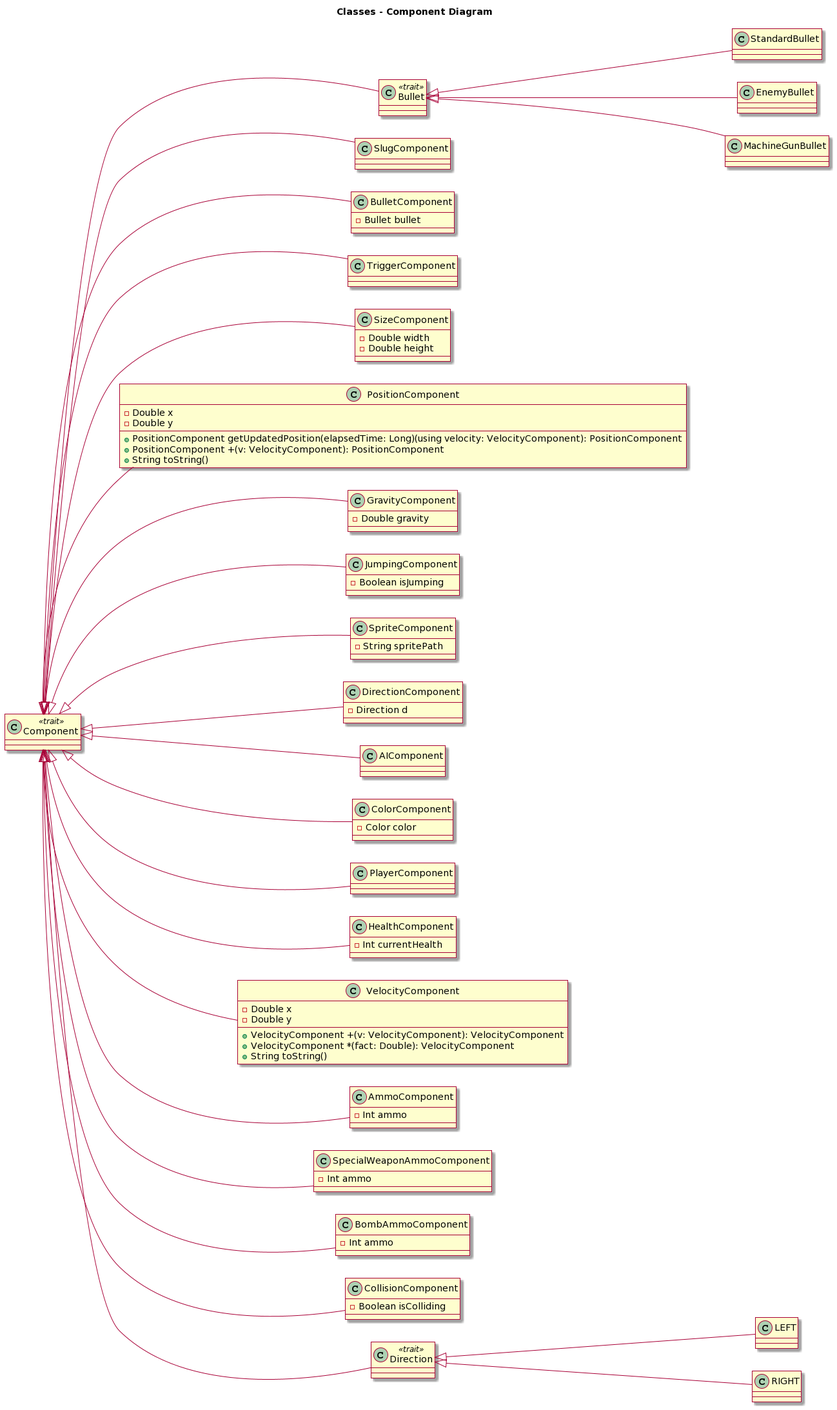
Above: docs/img/Componenti.png in MarzoliLeo/PPS-22-MetalScala3 (PlantUML), before the change. Its diagram source:
```plantuml
@startuml
skin rose

title Classes - Component Diagram

class Bullet <<trait>>
class StandardBullet
class EnemyBullet
class MachineGunBullet

class Component <<trait>>
class SlugComponent
class BulletComponent {
  -Bullet bullet
}
class TriggerComponent
class SizeComponent {
  -Double width
  -Double height
}
class PositionComponent {
  -Double x
  -Double y
  +PositionComponent getUpdatedPosition(elapsedTime: Long)(using velocity: VelocityComponent): PositionComponent
  +PositionComponent +(v: VelocityComponent): PositionComponent
  +String toString()
}
class GravityComponent {
  -Double gravity
}
class JumpingComponent {
  -Boolean isJumping
}
class SpriteComponent {
  -String spritePath
}
class DirectionComponent {
  -Direction d
}
class AIComponent
class ColorComponent {
  -Color color
}
class PlayerComponent
class HealthComponent {
  -Int currentHealth
}
class VelocityComponent {
  -Double x
  -Double y
  +VelocityComponent +(v: VelocityComponent): VelocityComponent
  +VelocityComponent *(fact: Double): VelocityComponent
  +String toString()
}
class AmmoComponent {
  -Int ammo
}
class SpecialWeaponAmmoComponent {
  -Int ammo
}
class BombAmmoComponent {
  -Int ammo
}
class CollisionComponent {
  -Boolean isColliding
}
class Direction <<trait>>
class LEFT
class RIGHT

left to right direction
Bullet <|-- StandardBullet
Bullet <|-- EnemyBullet
Bullet <|-- MachineGunBullet

Component <|-- SlugComponent
Component <|-- BulletComponent
Component <|-- TriggerComponent
Component <|-- SizeComponent
Component <|-- PositionComponent
Component <|-- GravityComponent
Component <|-- JumpingComponent
Component <|-- SpriteComponent
Component <|-- DirectionComponent
Component <|-- AIComponent
Component <|-- ColorComponent
Component <|-- PlayerComponent
Component <|-- HealthComponent
Component <|-- VelocityComponent
Component <|-- AmmoComponent

Component <|-- SpecialWeaponAmmoComponent
Component <|-- BombAmmoComponent
Component <|-- CollisionComponent
Component <|-- Bullet
Component <|-- Direction

Direction <|-- LEFT
Direction <|-- RIGHT
@enduml
```
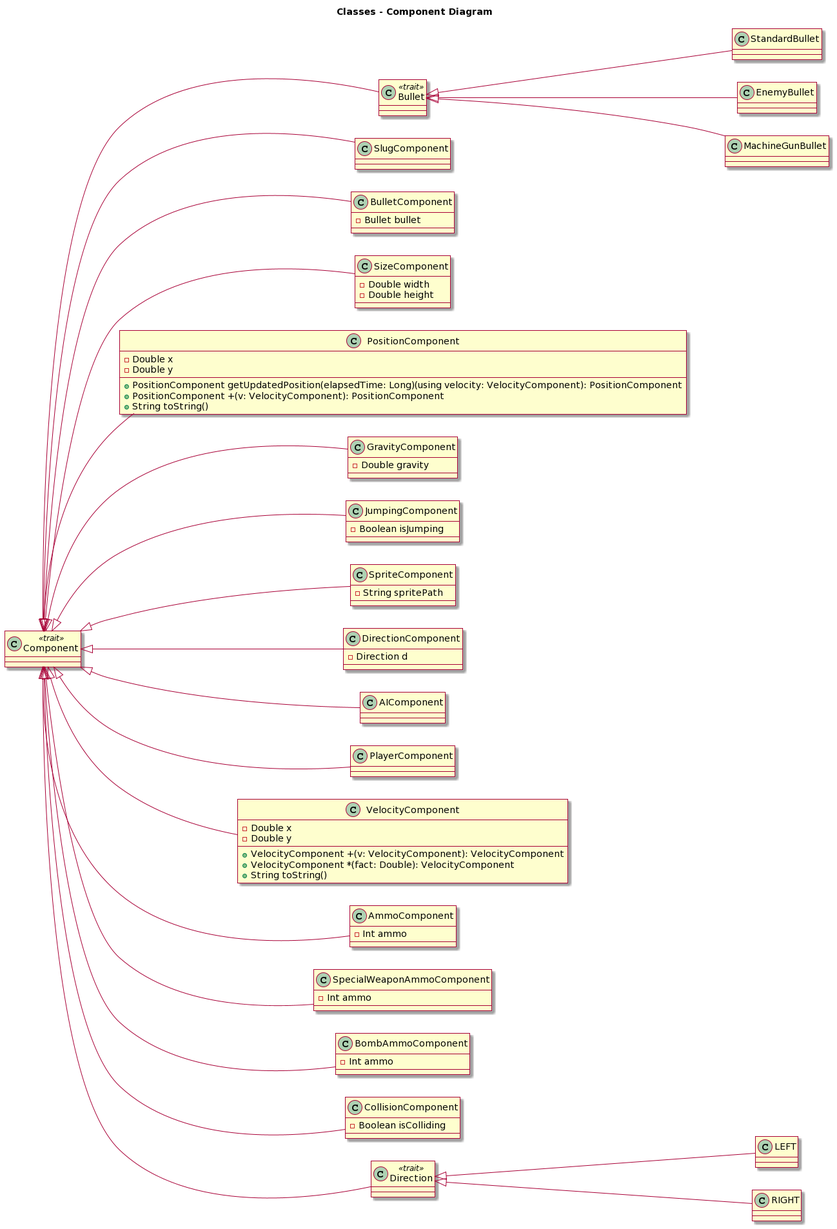
Above is the later version.

What changed in the source:
```diff
@@ -13,7 +13,6 @@
 class BulletComponent {
   -Bullet bullet
 }
-class TriggerComponent
 class SizeComponent {
   -Double width
   -Double height
@@ -38,13 +37,7 @@
   -Direction d
 }
 class AIComponent
-class ColorComponent {
-  -Color color
-}
 class PlayerComponent
-class HealthComponent {
-  -Int currentHealth
-}
 class VelocityComponent {
   -Double x
   -Double y
@@ -75,7 +68,6 @@
 
 Component <|-- SlugComponent
 Component <|-- BulletComponent
-Component <|-- TriggerComponent
 Component <|-- SizeComponent
 Component <|-- PositionComponent
 Component <|-- GravityComponent
@@ -83,9 +75,7 @@
 Component <|-- SpriteComponent
 Component <|-- DirectionComponent
 Component <|-- AIComponent
-Component <|-- ColorComponent
 Component <|-- PlayerComponent
-Component <|-- HealthComponent
 Component <|-- VelocityComponent
 Component <|-- AmmoComponent
 
```
